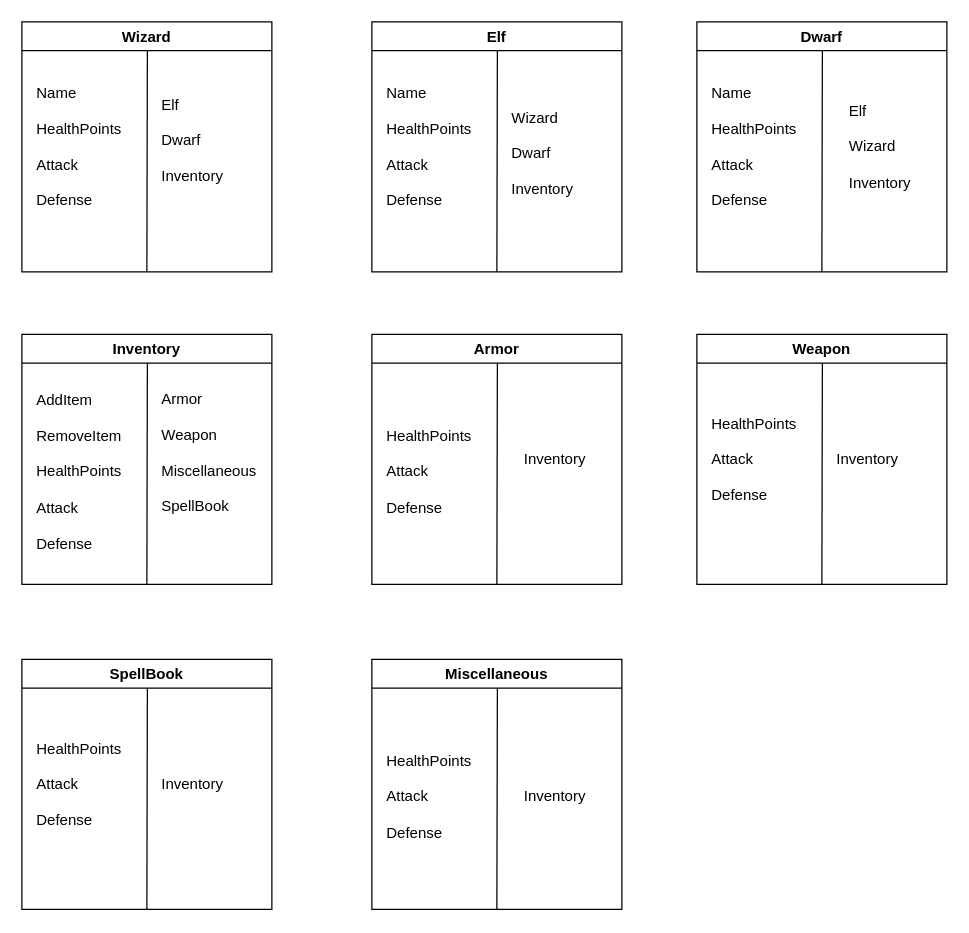
charlis96/RolePlayGame_1_Start keeps this draw.io diagram as Tarjetas CRC.drawio. Above is the earlier version. Source tidied: cells renumbered, new cells numbered last; positions are measured from the earlier drawing's top-left corner, leaving out a move shared by most shapes. Both pictures are drawn from the tidied source at 125%, with x=0, y=0 at pixel (21, 21).
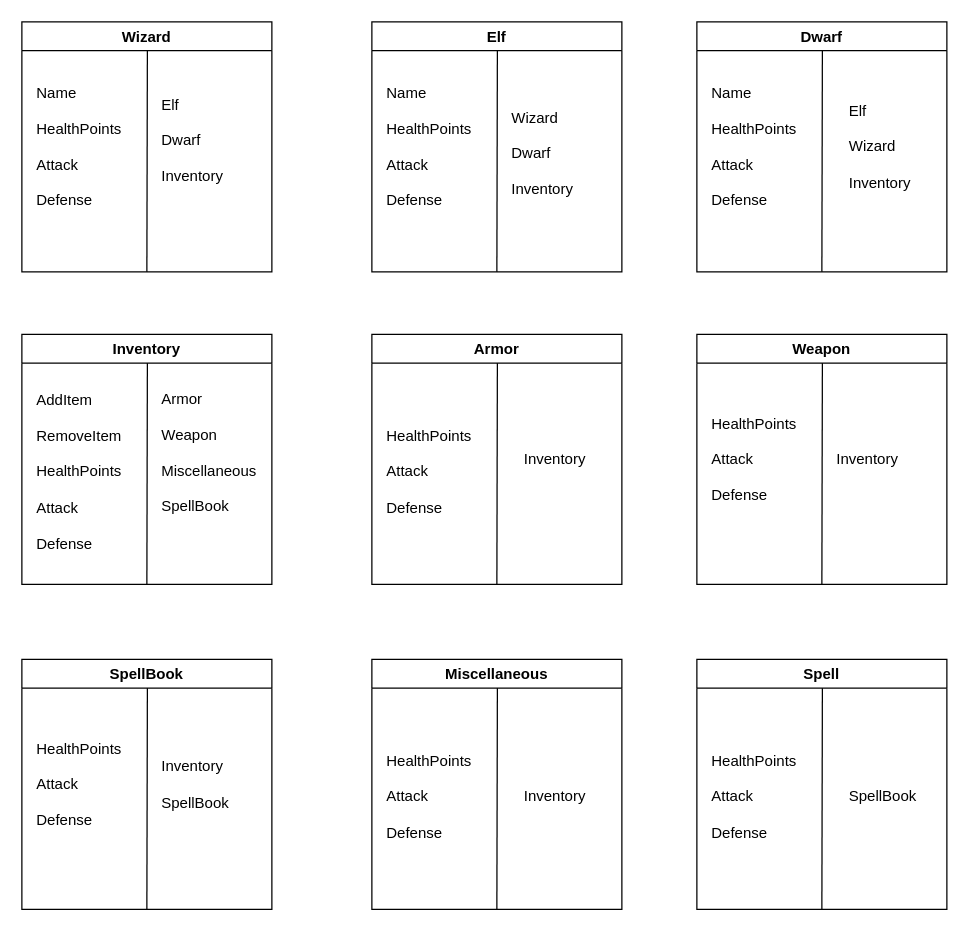
The same diagram, later.

Unchanged cells that the change refers to:
```xml
<mxCell id="26" value="SpellBook" style="swimlane;" parent="1" vertex="1">
  <mxGeometry y="510" width="200" height="200" as="geometry" />
</mxCell>
```

Change to the diagram source:
```diff
@@
-    <mxCell id="28" value="Inventory" style="text;html=1;strokeColor=none;fillColor=none;align=left;verticalAlign=middle;whiteSpace=wrap;rounded=0;" parent="26" vertex="1">
+    <mxCell id="28" value="Inventory&lt;br&gt;&lt;br&gt;SpellBook" style="text;html=1;strokeColor=none;fillColor=none;align=left;verticalAlign=middle;whiteSpace=wrap;rounded=0;" parent="26" vertex="1">
       <mxGeometry x="110" y="72.5" width="70" height="55" as="geometry" />
     </mxCell>
@@
+    <mxCell id="34" value="Spell" style="swimlane;" parent="1" vertex="1">
+      <mxGeometry x="540" y="510" width="200" height="200" as="geometry" />
+    </mxCell>
+    <mxCell id="35" value="HealthPoints&lt;br&gt;&lt;br&gt;Attack&lt;br&gt;&lt;br&gt;Defense" style="text;html=1;strokeColor=none;fillColor=none;align=left;verticalAlign=middle;whiteSpace=wrap;rounded=0;" parent="34" vertex="1">
+      <mxGeometry x="10" y="60" width="70" height="100" as="geometry" />
+    </mxCell>
+    <mxCell id="36" value="SpellBook" style="text;html=1;strokeColor=none;fillColor=none;align=left;verticalAlign=middle;whiteSpace=wrap;rounded=0;" parent="34" vertex="1">
+      <mxGeometry x="120" y="82.5" width="70" height="55" as="geometry" />
+    </mxCell>
+    <mxCell id="37" style="endArrow=none;html=1;exitX=0.5;exitY=1;exitDx=0;exitDy=0;entryX=0.502;entryY=0.115;entryDx=0;entryDy=0;entryPerimeter=0;" parent="1" edge="1" source="34" target="34">
+      <mxGeometry relative="1" as="geometry" />
+    </mxCell>
```
